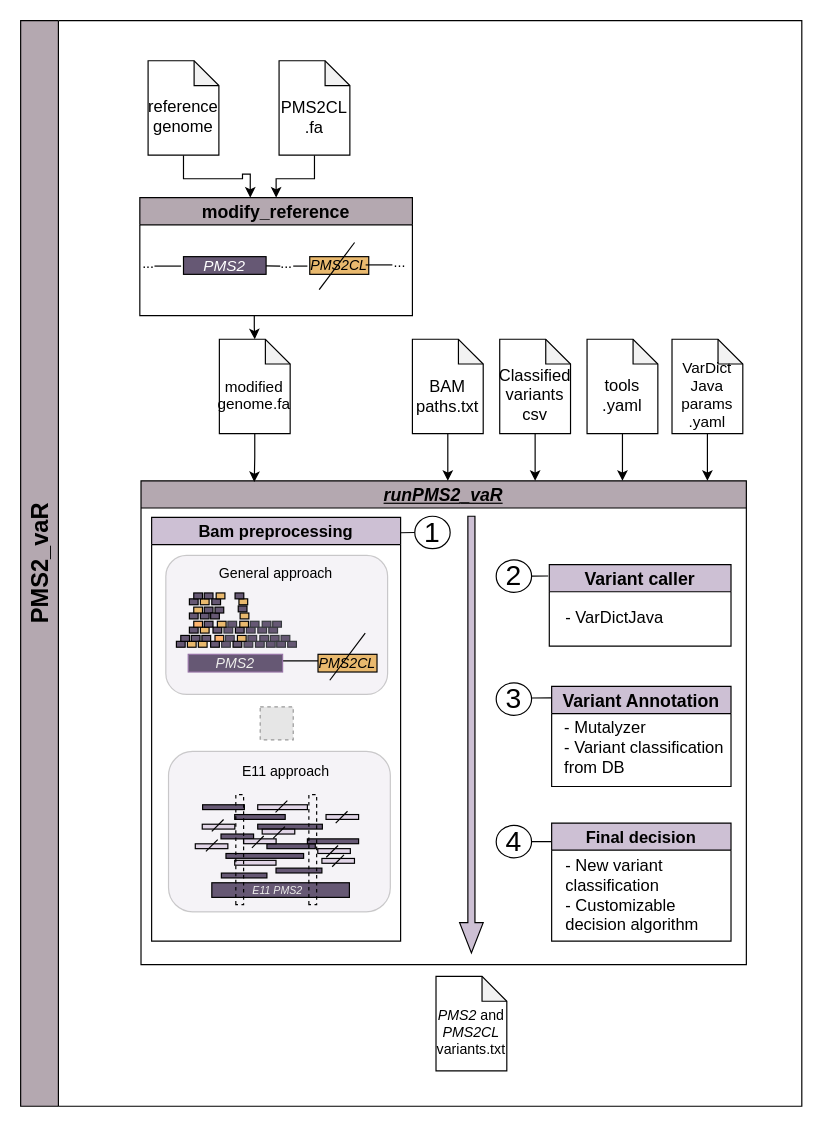
This is WF/Figure1.drawio from emunte/PMS2_vaR, a draw.io file, before an edit. Source tidied: cells renumbered, new cells numbered last; positions are measured from the earlier drawing's top-left corner, leaving out a move shared by most shapes. Both pictures are drawn from the tidied source at 118%, with x=0, y=0 at pixel (20, 20). Pictures stored in the file or linked from it are replaced by grey dashed boxes.
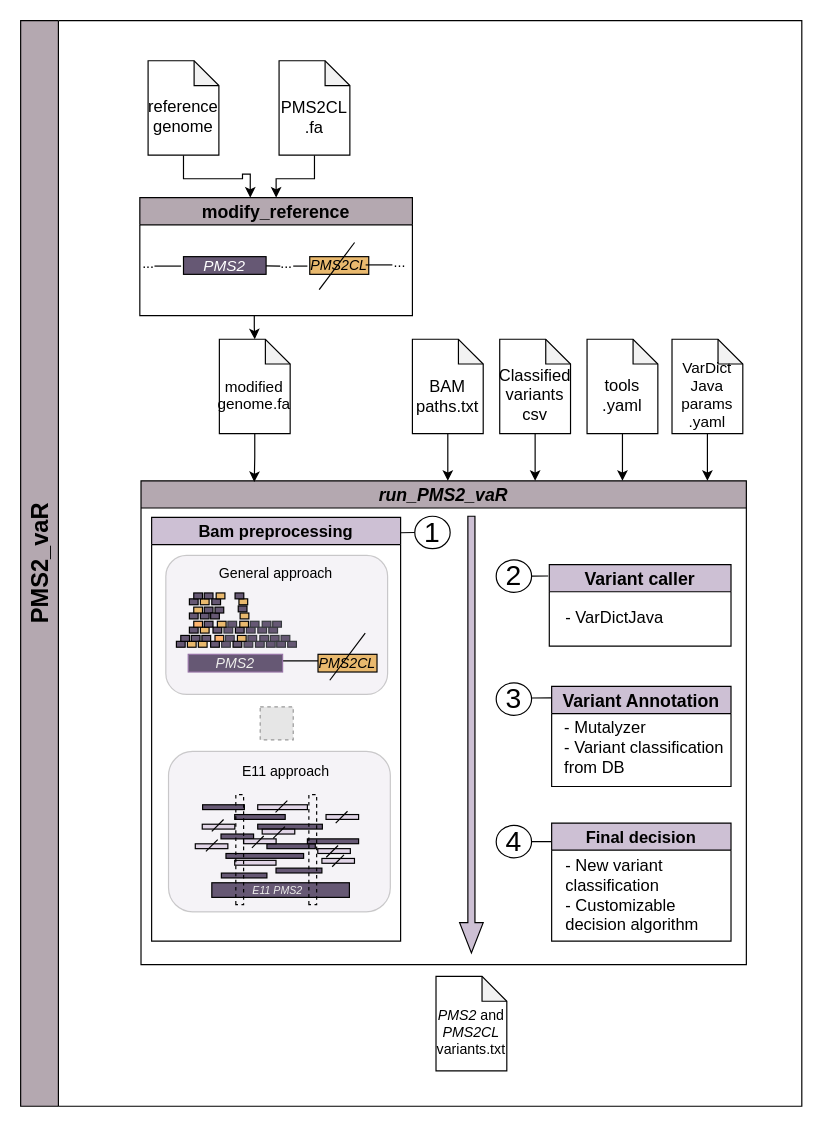
Above is the later version.

Diff of the diagram source:
```diff
@@
-    <mxCell id="2" value="&lt;font style=&quot;font-size: 15px;&quot;&gt;&lt;span class=&quot;TrackedChange SCXW120247527 BCX2&quot;&gt;&lt;/span&gt;&lt;span class=&quot;TrackedChange SCXW120247527 BCX2&quot;&gt;&lt;span class=&quot;TextRun Underlined SCXW120247527 BCX2&quot; lang=&quot;EN-US&quot; style=&quot;font-style: italic; text-decoration: underline; line-height: 32px; font-family: Arial, &amp;quot;Arial_EmbeddedFont&amp;quot;, &amp;quot;Arial_MSFontService&amp;quot;, sans-serif;&quot;&gt;&lt;span class=&quot;NormalTextRun TrackChangeDeleteHighlight SCXW120247527 BCX2&quot;&gt;runPMS2&lt;/span&gt;&lt;/span&gt;&lt;/span&gt;&lt;span class=&quot;TrackedChange SCXW120247527 BCX2&quot;&gt;&lt;span class=&quot;TextRun Underlined SCXW120247527 BCX2&quot; lang=&quot;EN-US&quot; style=&quot;font-style: italic; text-decoration: underline; line-height: 32px; font-family: Arial, &amp;quot;Arial_EmbeddedFont&amp;quot;, &amp;quot;Arial_MSFontService&amp;quot;, sans-serif;&quot;&gt;&lt;span class=&quot;NormalTextRun TrackChangeDeleteHighlight SCXW120247527 BCX2&quot;&gt;_vaR&lt;/span&gt;&lt;/span&gt;&lt;/span&gt;&lt;/font&gt;" style="swimlane;whiteSpace=wrap;html=1;startSize=23;fillColor=#b4a8b0;" parent="1" vertex="1">
+    <mxCell id="2" value="&lt;font style=&quot;font-size: 15px;&quot;&gt;&lt;span class=&quot;TrackedChange SCXW120247527 BCX2&quot;&gt;&lt;/span&gt;&lt;span class=&quot;TrackedChange SCXW120247527 BCX2&quot;&gt;&lt;span class=&quot;TextRun Underlined SCXW120247527 BCX2&quot; lang=&quot;EN-US&quot; style=&quot;font-style: italic; line-height: 32px; font-family: Arial, &amp;quot;Arial_EmbeddedFont&amp;quot;, &amp;quot;Arial_MSFontService&amp;quot;, sans-serif;&quot;&gt;&lt;span class=&quot;NormalTextRun TrackChangeDeleteHighlight SCXW120247527 BCX2&quot;&gt;run_PMS2&lt;/span&gt;&lt;/span&gt;&lt;/span&gt;&lt;span class=&quot;TrackedChange SCXW120247527 BCX2&quot;&gt;&lt;span class=&quot;TextRun Underlined SCXW120247527 BCX2&quot; lang=&quot;EN-US&quot; style=&quot;font-style: italic; line-height: 32px; font-family: Arial, &amp;quot;Arial_EmbeddedFont&amp;quot;, &amp;quot;Arial_MSFontService&amp;quot;, sans-serif;&quot;&gt;&lt;span class=&quot;NormalTextRun TrackChangeDeleteHighlight SCXW120247527 BCX2&quot;&gt;_vaR&lt;/span&gt;&lt;/span&gt;&lt;/span&gt;&lt;/font&gt;" style="swimlane;whiteSpace=wrap;html=1;startSize=23;fillColor=#b4a8b0;" parent="1" vertex="1">
       <mxGeometry x="102" y="390" width="513" height="410" as="geometry" />
     </mxCell>
```
